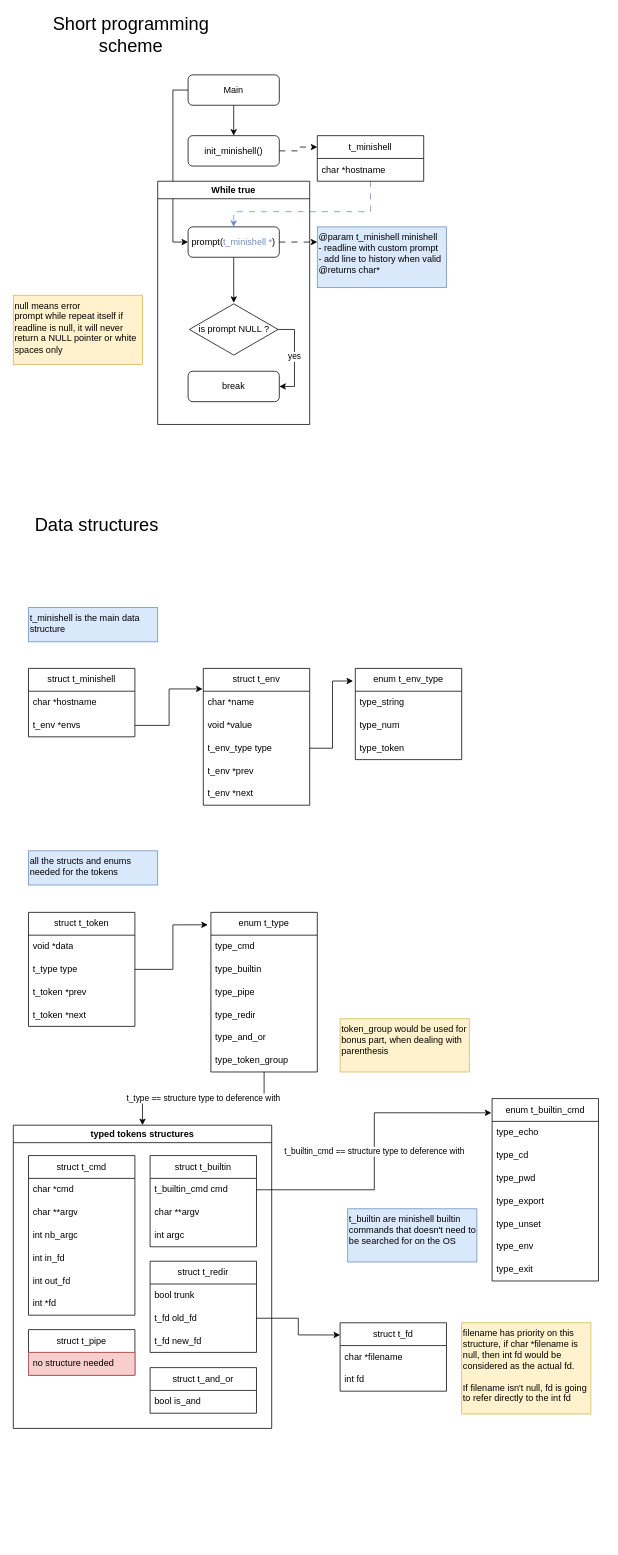
RPDJF/42-minishell keeps this draw.io diagram as docs/flow_scheme.drawio. Above is the earlier version. Source tidied: cells renumbered, new cells numbered last; positions are measured from the earlier drawing's top-left corner, leaving out a move shared by most shapes. Both pictures are drawn from the tidied source at 76%, with x=0, y=0 at pixel (13, 14).
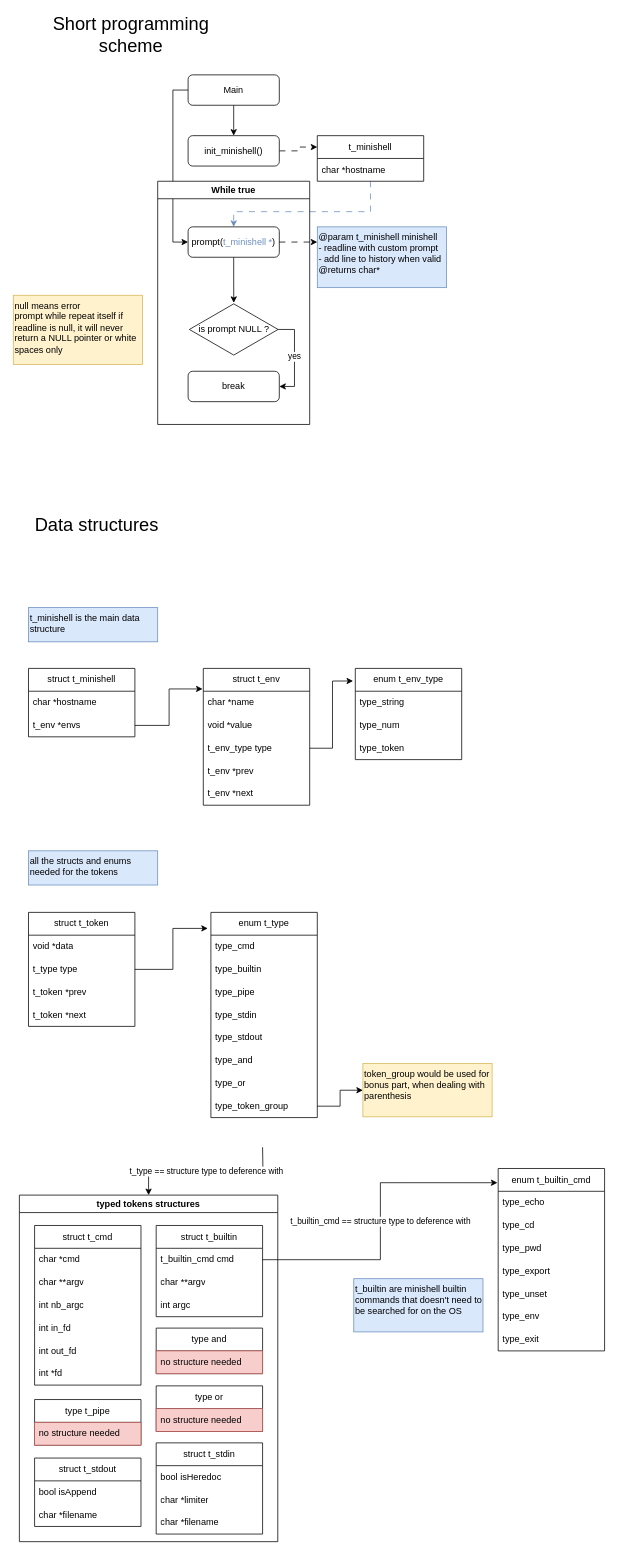
The same diagram, later.

Change to the diagram source:
```diff
@@
-    <mxCell id="24" value="t_type == structure type to deference with" style="edgeStyle=orthogonalEdgeStyle;rounded=0;jettySize=auto;html=1;entryX=0.5;entryY=0;entryDx=0;entryDy=0;" parent="1" edge="1" source="25" target="33">
-      <mxGeometry relative="1" as="geometry" />
+    <mxCell id="24" value="t_type == structure type to deference with" style="edgeStyle=orthogonalEdgeStyle;rounded=0;jettySize=auto;html=1;entryX=0.5;entryY=0;entryDx=0;entryDy=0;" parent="1" edge="1" target="33">
+      <mxGeometry relative="1" as="geometry">
+        <mxPoint x="328" y="1491" as="sourcePoint" />
+      </mxGeometry>
     </mxCell>
     <mxCell id="25" value="enum t_type" style="swimlane;fontStyle=0;horizontal=1;startSize=30;whiteSpace=wrap;html=1;" parent="1" vertex="1">
-      <mxGeometry x="260" y="1182" width="140" height="210" as="geometry" />
+      <mxGeometry x="260" y="1182" width="140" height="270" as="geometry" />
     </mxCell>
@@
-    <mxCell id="29" value="type_redir" style="text;strokeColor=none;fillColor=none;align=left;verticalAlign=middle;spacingLeft=4;spacingRight=4;overflow=hidden;whiteSpace=wrap;html=1;" parent="25" vertex="1">
+    <mxCell id="29" value="type_stdin" style="text;strokeColor=none;fillColor=none;align=left;verticalAlign=middle;spacingLeft=4;spacingRight=4;overflow=hidden;whiteSpace=wrap;html=1;" parent="25" vertex="1">
       <mxGeometry y="120" width="140" height="30" as="geometry" />
     </mxCell>
+    <mxCell id="88" value="type_stdout" style="text;strokeColor=none;fillColor=none;align=left;verticalAlign=middle;spacingLeft=4;spacingRight=4;overflow=hidden;whiteSpace=wrap;html=1;" parent="25" vertex="1">
+      <mxGeometry y="150" width="140" height="30" as="geometry" />
+    </mxCell>
-    <mxCell id="30" value="type_and_or" style="text;strokeColor=none;fillColor=none;align=left;verticalAlign=middle;spacingLeft=4;spacingRight=4;overflow=hidden;whiteSpace=wrap;html=1;" parent="25" vertex="1">
-      <mxGeometry y="150" width="140" height="30" as="geometry" />
+    <mxCell id="30" value="type_and" style="text;strokeColor=none;fillColor=none;align=left;verticalAlign=middle;spacingLeft=4;spacingRight=4;overflow=hidden;whiteSpace=wrap;html=1;" parent="25" vertex="1">
+      <mxGeometry y="180" width="140" height="30" as="geometry" />
     </mxCell>
+    <mxCell id="89" value="type_or" style="text;strokeColor=none;fillColor=none;align=left;verticalAlign=middle;spacingLeft=4;spacingRight=4;overflow=hidden;whiteSpace=wrap;html=1;" parent="25" vertex="1">
+      <mxGeometry y="210" width="140" height="30" as="geometry" />
+    </mxCell>
     <mxCell id="31" value="type_token_group" style="text;strokeColor=none;fillColor=none;align=left;verticalAlign=middle;spacingLeft=4;spacingRight=4;overflow=hidden;points=[[0,0.5],[1,0.5]];portConstraint=eastwest;whiteSpace=wrap;html=1;" parent="25" vertex="1">
-      <mxGeometry y="180" width="140" height="30" as="geometry" />
+      <mxGeometry y="240" width="140" height="30" as="geometry" />
     </mxCell>
@@
     <mxCell id="33" value="typed tokens structures" style="swimlane;whiteSpace=wrap;html=1;" parent="1" vertex="1">
-      <mxGeometry y="1462" width="340" height="399" as="geometry" />
+      <mxGeometry x="8" y="1554" width="340" height="456" as="geometry" />
     </mxCell>
@@
-    <mxCell id="45" value="struct t_pipe" style="swimlane;fontStyle=0;horizontal=1;startSize=30;whiteSpace=wrap;html=1;" parent="33" vertex="1">
+    <mxCell id="45" value="type t_pipe" style="swimlane;fontStyle=0;horizontal=1;startSize=30;whiteSpace=wrap;html=1;" parent="33" vertex="1">
       <mxGeometry x="20" y="269" width="140" height="60" as="geometry" />
     </mxCell>
@@
-    <mxCell id="47" value="struct t_redir" style="swimlane;fontStyle=0;horizontal=1;startSize=30;whiteSpace=wrap;html=1;" parent="33" vertex="1">
-      <mxGeometry x="180" y="179" width="140" height="120" as="geometry" />
-    </mxCell>
-    <mxCell id="48" value="bool trunk" style="text;strokeColor=none;fillColor=none;align=left;verticalAlign=middle;spacingLeft=4;spacingRight=4;overflow=hidden;whiteSpace=wrap;html=1;" parent="47" vertex="1">
-      <mxGeometry y="30" width="140" height="30" as="geometry" />
-    </mxCell>
-    <mxCell id="49" value="t_fd old_fd" style="text;strokeColor=none;fillColor=none;align=left;verticalAlign=middle;spacingLeft=4;spacingRight=4;overflow=hidden;points=[[0,0.5],[1,0.5]];portConstraint=eastwest;whiteSpace=wrap;html=1;" parent="47" vertex="1">
-      <mxGeometry y="60" width="140" height="30" as="geometry" />
-    </mxCell>
-    <mxCell id="50" value="t_fd new_fd" style="text;strokeColor=none;fillColor=none;align=left;verticalAlign=middle;spacingLeft=4;spacingRight=4;overflow=hidden;whiteSpace=wrap;html=1;" parent="47" vertex="1">
-      <mxGeometry y="90" width="140" height="30" as="geometry" />
-    </mxCell>
-    <mxCell id="51" value="struct t_and_or" style="swimlane;fontStyle=0;horizontal=1;startSize=30;whiteSpace=wrap;html=1;" parent="33" vertex="1">
-      <mxGeometry x="180" y="319" width="140" height="60" as="geometry" />
-    </mxCell>
-    <mxCell id="52" value="bool is_and" style="text;strokeColor=none;fillColor=none;align=left;verticalAlign=middle;spacingLeft=4;spacingRight=4;overflow=hidden;whiteSpace=wrap;html=1;" parent="51" vertex="1">
-      <mxGeometry y="30" width="140" height="30" as="geometry" />
-    </mxCell>
+    <mxCell id="90" value="struct t_stdout" style="swimlane;fontStyle=0;horizontal=1;startSize=30;whiteSpace=wrap;html=1;" parent="33" vertex="1">
+      <mxGeometry x="20" y="346" width="140" height="90" as="geometry" />
+    </mxCell>
+    <mxCell id="91" value="bool isAppend" style="text;strokeColor=none;fillColor=none;align=left;verticalAlign=middle;spacingLeft=4;spacingRight=4;overflow=hidden;whiteSpace=wrap;html=1;" parent="90" vertex="1">
+      <mxGeometry y="30" width="140" height="30" as="geometry" />
+    </mxCell>
+    <mxCell id="92" value="char *filename" style="text;strokeColor=none;fillColor=none;align=left;verticalAlign=middle;spacingLeft=4;spacingRight=4;overflow=hidden;whiteSpace=wrap;html=1;" parent="90" vertex="1">
+      <mxGeometry y="60" width="140" height="30" as="geometry" />
+    </mxCell>
+    <mxCell id="93" value="type and" style="swimlane;fontStyle=0;horizontal=1;startSize=30;whiteSpace=wrap;html=1;" parent="33" vertex="1">
+      <mxGeometry x="180" y="175" width="140" height="60" as="geometry" />
+    </mxCell>
+    <mxCell id="94" value="no structure needed" style="text;strokeColor=#b85450;fillColor=#f8cecc;align=left;verticalAlign=middle;spacingLeft=4;spacingRight=4;overflow=hidden;whiteSpace=wrap;html=1;" parent="93" vertex="1">
+      <mxGeometry y="30" width="140" height="30" as="geometry" />
+    </mxCell>
+    <mxCell id="95" value="type or" style="swimlane;fontStyle=0;horizontal=1;startSize=30;whiteSpace=wrap;html=1;" parent="33" vertex="1">
+      <mxGeometry x="180" y="251" width="140" height="60" as="geometry" />
+    </mxCell>
+    <mxCell id="96" value="no structure needed" style="text;strokeColor=#b85450;fillColor=#f8cecc;align=left;verticalAlign=middle;spacingLeft=4;spacingRight=4;overflow=hidden;whiteSpace=wrap;html=1;" parent="95" vertex="1">
+      <mxGeometry y="30" width="140" height="30" as="geometry" />
+    </mxCell>
+    <mxCell id="97" value="struct t_stdin" style="swimlane;fontStyle=0;horizontal=1;startSize=30;whiteSpace=wrap;html=1;" parent="33" vertex="1">
+      <mxGeometry x="180" y="326" width="140" height="120" as="geometry" />
+    </mxCell>
+    <mxCell id="98" value="bool isHeredoc" style="text;strokeColor=none;fillColor=none;align=left;verticalAlign=middle;spacingLeft=4;spacingRight=4;overflow=hidden;whiteSpace=wrap;html=1;" parent="97" vertex="1">
+      <mxGeometry y="30" width="140" height="30" as="geometry" />
+    </mxCell>
+    <mxCell id="99" value="char *limiter" style="text;strokeColor=none;fillColor=none;align=left;verticalAlign=middle;spacingLeft=4;spacingRight=4;overflow=hidden;whiteSpace=wrap;html=1;" parent="97" vertex="1">
+      <mxGeometry y="60" width="140" height="30" as="geometry" />
+    </mxCell>
+    <mxCell id="100" value="char *filename" style="text;strokeColor=none;fillColor=none;align=left;verticalAlign=middle;spacingLeft=4;spacingRight=4;overflow=hidden;whiteSpace=wrap;html=1;" parent="97" vertex="1">
+      <mxGeometry y="90" width="140" height="30" as="geometry" />
+    </mxCell>
     <mxCell id="53" value="enum t_builtin_cmd" style="swimlane;fontStyle=0;horizontal=1;startSize=30;whiteSpace=wrap;html=1;" parent="1" vertex="1">
-      <mxGeometry x="630" y="1427" width="140" height="240" as="geometry" />
+      <mxGeometry x="638" y="1519" width="140" height="240" as="geometry" />
     </mxCell>
@@
-    <mxCell id="62" value="struct t_fd" style="swimlane;fontStyle=0;horizontal=1;startSize=30;whiteSpace=wrap;html=1;" parent="1" vertex="1">
-      <mxGeometry x="430" y="1722" width="140" height="90" as="geometry" />
-    </mxCell>
-    <mxCell id="63" value="char *filename" style="text;strokeColor=none;fillColor=none;align=left;verticalAlign=middle;spacingLeft=4;spacingRight=4;overflow=hidden;whiteSpace=wrap;html=1;" parent="62" vertex="1">
-      <mxGeometry y="30" width="140" height="30" as="geometry" />
-    </mxCell>
-    <mxCell id="64" value="int fd" style="text;strokeColor=none;fillColor=none;align=left;verticalAlign=middle;spacingLeft=4;spacingRight=4;overflow=hidden;whiteSpace=wrap;html=1;" parent="62" vertex="1">
-      <mxGeometry y="60" width="140" height="30" as="geometry" />
-    </mxCell>
-    <mxCell id="65" value="filename has priority on this structure, if char *filename is null, then int fd would be considered as the actual fd.&lt;div&gt;&lt;br&gt;&lt;/div&gt;&lt;div&gt;If filename isn't null, fd is going to refer directly to the int fd&lt;/div&gt;" style="rounded=0;whiteSpace=wrap;html=1;fillColor=#fff2cc;strokeColor=#d6b656;verticalAlign=top;align=left;" parent="1" vertex="1">
-      <mxGeometry x="590" y="1722" width="170" height="120" as="geometry" />
-    </mxCell>
@@
-    <mxCell id="67" style="edgeStyle=orthogonalEdgeStyle;rounded=0;jettySize=auto;html=1;entryX=0;entryY=0.178;entryDx=0;entryDy=0;entryPerimeter=0;" parent="1" edge="1" source="49" target="62">
-      <mxGeometry relative="1" as="geometry" />
-    </mxCell>
     <mxCell id="68" value="token_group would be used for bonus part, when dealing with parenthesis" style="rounded=0;whiteSpace=wrap;html=1;fillColor=#fff2cc;strokeColor=#d6b656;verticalAlign=top;align=left;" parent="1" vertex="1">
-      <mxGeometry x="430" y="1322" width="170" height="70" as="geometry" />
+      <mxGeometry x="460" y="1381" width="170" height="70" as="geometry" />
     </mxCell>
     <mxCell id="69" value="t_builtin are minishell builtin commands that doesn't need to be searched for on the OS" style="rounded=0;whiteSpace=wrap;html=1;fillColor=#dae8fc;strokeColor=#6c8ebf;verticalAlign=top;align=left;" parent="1" vertex="1">
-      <mxGeometry x="440" y="1572" width="170" height="70" as="geometry" />
+      <mxGeometry x="448" y="1664" width="170" height="70" as="geometry" />
     </mxCell>
@@
+    <mxCell id="101" style="edgeStyle=orthogonalEdgeStyle;rounded=0;jettySize=auto;html=1;entryX=0;entryY=0.5;entryDx=0;entryDy=0;" parent="1" edge="1" source="31" target="68">
+      <mxGeometry relative="1" as="geometry" />
+    </mxCell>
```
